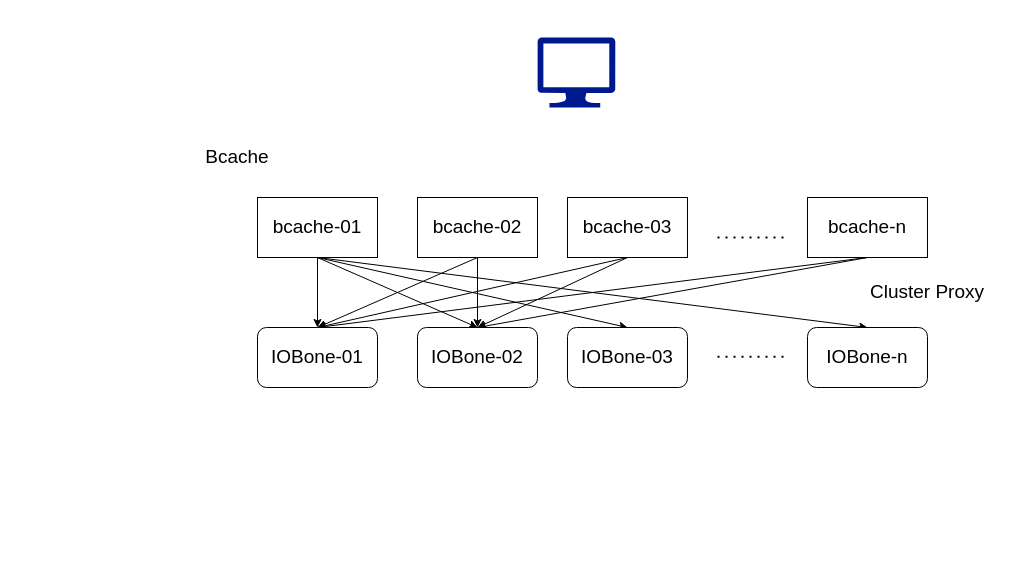
This is learning/c++/Untitled Diagram.drawio from 448744340/learning, a draw.io file, before an edit. Source tidied: cells renumbered, new cells numbered last; positions are measured from the earlier drawing's top-left corner, leaving out a move shared by most shapes. Both pictures are drawn from the tidied source at 100%, with x=0, y=0 at pixel (177, 37).
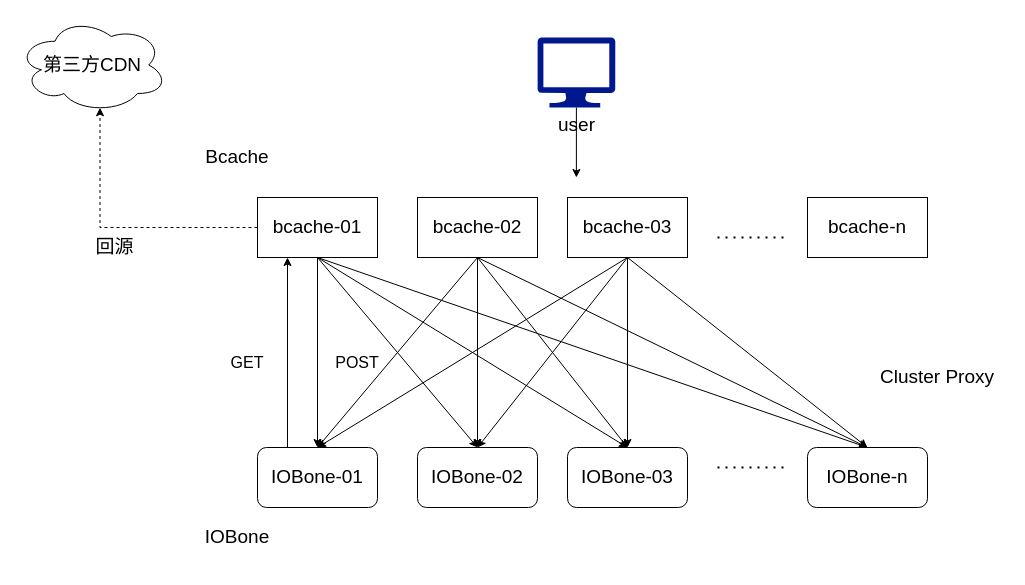
The same diagram, later.

The change refers to these unchanged cells:
```xml
<mxCell id="6" value="&lt;font style=&quot;font-size: 19px&quot;&gt;bcache-01&lt;/font&gt;" style="rounded=0;whiteSpace=wrap;html=1;" parent="1" vertex="1">
  <mxGeometry x="80" y="160" width="120" height="60" as="geometry" />
</mxCell>
<mxCell id="9" value="&lt;font style=&quot;font-size: 19px&quot;&gt;bcache-02&lt;/font&gt;" style="rounded=0;whiteSpace=wrap;html=1;" parent="1" vertex="1">
  <mxGeometry x="240" y="160" width="120" height="60" as="geometry" />
</mxCell>
<mxCell id="12" value="&lt;font style=&quot;font-size: 19px&quot;&gt;bcache-03&lt;/font&gt;" style="rounded=0;whiteSpace=wrap;html=1;" parent="1" vertex="1">
  <mxGeometry x="390" y="160" width="120" height="60" as="geometry" />
</mxCell>
<mxCell id="15" value="&lt;font style=&quot;font-size: 19px&quot;&gt;bcache-n&lt;/font&gt;" style="rounded=0;whiteSpace=wrap;html=1;" parent="1" vertex="1">
  <mxGeometry x="630" y="160" width="120" height="60" as="geometry" />
</mxCell>
```

Change to the diagram source:
```diff
@@
-    <mxCell id="2" style="rounded=0;jettySize=auto;html=1;exitX=0.5;exitY=1;exitDx=0;exitDy=0;entryX=0.5;entryY=0;entryDx=0;entryDy=0;" parent="1" edge="1" source="6">
-      <mxGeometry relative="1" as="geometry">
-        <mxPoint x="300" y="290" as="targetPoint" />
-      </mxGeometry>
-    </mxCell>
-    <mxCell id="3" style="edgeStyle=none;rounded=0;jettySize=auto;html=1;exitX=0.5;exitY=1;exitDx=0;exitDy=0;entryX=0.5;entryY=0;entryDx=0;entryDy=0;" parent="1" edge="1" source="6">
-      <mxGeometry relative="1" as="geometry">
-        <mxPoint x="140" y="290" as="targetPoint" />
-      </mxGeometry>
-    </mxCell>
-    <mxCell id="4" style="edgeStyle=none;rounded=0;jettySize=auto;html=1;exitX=0.5;exitY=1;exitDx=0;exitDy=0;entryX=0.5;entryY=0;entryDx=0;entryDy=0;" parent="1" edge="1" source="6">
-      <mxGeometry relative="1" as="geometry">
-        <mxPoint x="450" y="290" as="targetPoint" />
-      </mxGeometry>
-    </mxCell>
-    <mxCell id="5" style="edgeStyle=none;rounded=0;jettySize=auto;html=1;exitX=0.5;exitY=1;exitDx=0;exitDy=0;entryX=0.5;entryY=0;entryDx=0;entryDy=0;" parent="1" edge="1" source="6">
-      <mxGeometry relative="1" as="geometry">
-        <mxPoint x="690" y="290" as="targetPoint" />
-      </mxGeometry>
-    </mxCell>
+    <mxCell id="29" style="edgeStyle=none;rounded=0;jettySize=auto;html=1;exitX=0.5;exitY=1;exitDx=0;exitDy=0;entryX=0.5;entryY=0;entryDx=0;entryDy=0;" parent="1" edge="1" source="6" target="24">
+      <mxGeometry relative="1" as="geometry" />
+    </mxCell>
+    <mxCell id="30" style="edgeStyle=none;rounded=0;jettySize=auto;html=1;exitX=0.5;exitY=1;exitDx=0;exitDy=0;entryX=0.5;entryY=0;entryDx=0;entryDy=0;" parent="1" edge="1" source="6" target="25">
+      <mxGeometry relative="1" as="geometry" />
+    </mxCell>
+    <mxCell id="31" style="edgeStyle=none;rounded=0;jettySize=auto;html=1;exitX=0.5;exitY=1;exitDx=0;exitDy=0;entryX=0.5;entryY=0;entryDx=0;entryDy=0;" parent="1" edge="1" source="6" target="26">
+      <mxGeometry relative="1" as="geometry" />
+    </mxCell>
+    <mxCell id="32" style="edgeStyle=none;rounded=0;jettySize=auto;html=1;exitX=0.5;exitY=1;exitDx=0;exitDy=0;entryX=0.5;entryY=0;entryDx=0;entryDy=0;" parent="1" edge="1" source="6" target="27">
+      <mxGeometry relative="1" as="geometry" />
+    </mxCell>
+    <mxCell id="33" style="edgeStyle=orthogonalEdgeStyle;rounded=0;jettySize=auto;html=1;exitX=0;exitY=0.5;exitDx=0;exitDy=0;entryX=0.55;entryY=0.95;entryDx=0;entryDy=0;entryPerimeter=0;dashed=1;" parent="1" edge="1" source="6" target="47">
+      <mxGeometry relative="1" as="geometry" />
+    </mxCell>
@@
-    <mxCell id="7" style="edgeStyle=none;rounded=0;jettySize=auto;html=1;exitX=0.5;exitY=1;exitDx=0;exitDy=0;entryX=0.5;entryY=0;entryDx=0;entryDy=0;" parent="1" edge="1" source="9">
-      <mxGeometry relative="1" as="geometry">
-        <mxPoint x="300" y="290" as="targetPoint" />
-      </mxGeometry>
-    </mxCell>
-    <mxCell id="8" style="edgeStyle=none;rounded=0;jettySize=auto;html=1;exitX=0.5;exitY=1;exitDx=0;exitDy=0;" parent="1" edge="1" source="9">
-      <mxGeometry relative="1" as="geometry">
-        <mxPoint x="140" y="290" as="targetPoint" />
-      </mxGeometry>
-    </mxCell>
+    <mxCell id="34" style="edgeStyle=none;rounded=0;jettySize=auto;html=1;exitX=0.5;exitY=1;exitDx=0;exitDy=0;entryX=0.5;entryY=0;entryDx=0;entryDy=0;" parent="1" edge="1" source="9" target="24">
+      <mxGeometry relative="1" as="geometry" />
+    </mxCell>
+    <mxCell id="35" style="edgeStyle=none;rounded=0;jettySize=auto;html=1;exitX=0.5;exitY=1;exitDx=0;exitDy=0;entryX=0.5;entryY=0;entryDx=0;entryDy=0;" parent="1" edge="1" source="9" target="25">
+      <mxGeometry relative="1" as="geometry" />
+    </mxCell>
+    <mxCell id="36" style="edgeStyle=none;rounded=0;jettySize=auto;html=1;exitX=0.5;exitY=1;exitDx=0;exitDy=0;entryX=0.5;entryY=0;entryDx=0;entryDy=0;" parent="1" edge="1" source="9" target="26">
+      <mxGeometry relative="1" as="geometry" />
+    </mxCell>
+    <mxCell id="37" style="edgeStyle=none;rounded=0;jettySize=auto;html=1;exitX=0.5;exitY=1;exitDx=0;exitDy=0;entryX=0.5;entryY=0;entryDx=0;entryDy=0;" parent="1" edge="1" source="9" target="27">
+      <mxGeometry relative="1" as="geometry" />
+    </mxCell>
@@
-    <mxCell id="10" style="edgeStyle=none;rounded=0;jettySize=auto;html=1;exitX=0.5;exitY=1;exitDx=0;exitDy=0;entryX=0.5;entryY=0;entryDx=0;entryDy=0;" parent="1" edge="1" source="12">
-      <mxGeometry relative="1" as="geometry">
-        <mxPoint x="300" y="290" as="targetPoint" />
-      </mxGeometry>
-    </mxCell>
-    <mxCell id="11" style="edgeStyle=none;rounded=0;jettySize=auto;html=1;exitX=0.5;exitY=1;exitDx=0;exitDy=0;entryX=0.5;entryY=0;entryDx=0;entryDy=0;" parent="1" edge="1" source="12">
-      <mxGeometry relative="1" as="geometry">
-        <mxPoint x="140" y="290" as="targetPoint" />
-      </mxGeometry>
-    </mxCell>
+    <mxCell id="38" style="edgeStyle=none;rounded=0;jettySize=auto;html=1;exitX=0.5;exitY=1;exitDx=0;exitDy=0;entryX=0.5;entryY=0;entryDx=0;entryDy=0;" parent="1" edge="1" source="12" target="24">
+      <mxGeometry relative="1" as="geometry" />
+    </mxCell>
+    <mxCell id="39" style="edgeStyle=none;rounded=0;jettySize=auto;html=1;exitX=0.5;exitY=1;exitDx=0;exitDy=0;entryX=0.5;entryY=0;entryDx=0;entryDy=0;" parent="1" edge="1" source="12" target="25">
+      <mxGeometry relative="1" as="geometry" />
+    </mxCell>
+    <mxCell id="40" style="edgeStyle=none;rounded=0;jettySize=auto;html=1;exitX=0.5;exitY=1;exitDx=0;exitDy=0;entryX=0.5;entryY=0;entryDx=0;entryDy=0;" parent="1" edge="1" source="12" target="26">
+      <mxGeometry relative="1" as="geometry" />
+    </mxCell>
+    <mxCell id="41" style="edgeStyle=none;rounded=0;jettySize=auto;html=1;exitX=0.5;exitY=1;exitDx=0;exitDy=0;entryX=0.5;entryY=0;entryDx=0;entryDy=0;" parent="1" edge="1" source="12" target="27">
+      <mxGeometry relative="1" as="geometry" />
+    </mxCell>
@@
-    <mxCell id="13" style="edgeStyle=none;rounded=0;jettySize=auto;html=1;exitX=0.5;exitY=1;exitDx=0;exitDy=0;entryX=0.5;entryY=0;entryDx=0;entryDy=0;" parent="1" edge="1" source="15">
-      <mxGeometry relative="1" as="geometry">
-        <mxPoint x="300" y="290" as="targetPoint" />
-      </mxGeometry>
-    </mxCell>
-    <mxCell id="14" style="edgeStyle=none;rounded=0;jettySize=auto;html=1;exitX=0.5;exitY=1;exitDx=0;exitDy=0;entryX=0.5;entryY=0;entryDx=0;entryDy=0;" parent="1" edge="1" source="15">
-      <mxGeometry relative="1" as="geometry">
-        <mxPoint x="140" y="290" as="targetPoint" />
-      </mxGeometry>
-    </mxCell>
@@
-    <mxCell id="18" style="edgeStyle=none;rounded=0;jettySize=auto;html=1;exitX=0.5;exitY=1;exitDx=0;exitDy=0;entryX=0.5;entryY=0;entryDx=0;entryDy=0;" parent="1" edge="1" target="24">
-      <mxGeometry relative="1" as="geometry">
-        <mxPoint x="140" y="350" as="sourcePoint" />
-      </mxGeometry>
-    </mxCell>
-    <mxCell id="19" style="edgeStyle=none;rounded=0;jettySize=auto;html=1;exitX=0.5;exitY=1;exitDx=0;exitDy=0;entryX=0.5;entryY=0;entryDx=0;entryDy=0;" parent="1" edge="1" target="25">
-      <mxGeometry relative="1" as="geometry">
-        <mxPoint x="300" y="350" as="sourcePoint" />
-      </mxGeometry>
-    </mxCell>
-    <mxCell id="20" style="edgeStyle=none;rounded=0;jettySize=auto;html=1;exitX=0.5;exitY=1;exitDx=0;exitDy=0;entryX=0.5;entryY=0;entryDx=0;entryDy=0;" parent="1" edge="1" target="26">
-      <mxGeometry relative="1" as="geometry">
-        <mxPoint x="450" y="350" as="sourcePoint" />
-      </mxGeometry>
-    </mxCell>
-    <mxCell id="21" style="edgeStyle=none;rounded=0;jettySize=auto;html=1;exitX=0.5;exitY=1;exitDx=0;exitDy=0;entryX=0.5;entryY=0;entryDx=0;entryDy=0;" parent="1" edge="1" target="27">
-      <mxGeometry relative="1" as="geometry">
-        <mxPoint x="690" y="350" as="sourcePoint" />
-      </mxGeometry>
-    </mxCell>
     <mxCell id="22" style="endArrow=none;dashed=1;html=1;dashPattern=1 3;strokeWidth=2;" parent="1" edge="1">
       <mxGeometry relative="1" as="geometry">
-        <mxPoint x="540" y="319.3" as="sourcePoint" />
-        <mxPoint x="610" y="319.3" as="targetPoint" />
+        <mxPoint x="540" y="430" as="sourcePoint" />
+        <mxPoint x="610" y="430" as="targetPoint" />
       </mxGeometry>
     </mxCell>
     <mxCell id="23" value="&lt;font style=&quot;font-size: 19px&quot;&gt;Cluster Proxy&lt;/font&gt;" style="text;html=1;strokeColor=none;fillColor=none;align=center;verticalAlign=middle;whiteSpace=wrap;rounded=0;" parent="1" vertex="1">
-      <mxGeometry x="680" y="240" width="140" height="30" as="geometry" />
+      <mxGeometry x="690" y="325" width="140" height="30" as="geometry" />
     </mxCell>
+    <mxCell id="42" style="edgeStyle=none;rounded=0;jettySize=auto;html=1;exitX=0.25;exitY=0;exitDx=0;exitDy=0;entryX=0.25;entryY=1;entryDx=0;entryDy=0;" parent="1" edge="1" source="24" target="6">
+      <mxGeometry relative="1" as="geometry" />
+    </mxCell>
     <mxCell id="24" value="&lt;font style=&quot;font-size: 19px&quot;&gt;IOBone-01&lt;/font&gt;" style="rounded=1;whiteSpace=wrap;html=1;" parent="1" vertex="1">
-      <mxGeometry x="80" y="290" width="120" height="60" as="geometry" />
+      <mxGeometry x="80" y="410" width="120" height="60" as="geometry" />
     </mxCell>
     <mxCell id="25" value="&lt;font style=&quot;font-size: 19px&quot;&gt;IOBone-02&lt;/font&gt;" style="rounded=1;whiteSpace=wrap;html=1;" parent="1" vertex="1">
-      <mxGeometry x="240" y="290" width="120" height="60" as="geometry" />
+      <mxGeometry x="240" y="410" width="120" height="60" as="geometry" />
     </mxCell>
     <mxCell id="26" value="&lt;font style=&quot;font-size: 19px&quot;&gt;IOBone-03&lt;/font&gt;" style="rounded=1;whiteSpace=wrap;html=1;" parent="1" vertex="1">
-      <mxGeometry x="390" y="290" width="120" height="60" as="geometry" />
+      <mxGeometry x="390" y="410" width="120" height="60" as="geometry" />
     </mxCell>
     <mxCell id="27" value="&lt;font style=&quot;font-size: 19px&quot;&gt;IOBone-n&lt;/font&gt;" style="rounded=1;whiteSpace=wrap;html=1;" parent="1" vertex="1">
-      <mxGeometry x="630" y="290" width="120" height="60" as="geometry" />
+      <mxGeometry x="630" y="410" width="120" height="60" as="geometry" />
     </mxCell>
+    <mxCell id="43" style="edgeStyle=none;rounded=0;jettySize=auto;html=1;" parent="1" edge="1" source="28">
+      <mxGeometry relative="1" as="geometry">
+        <mxPoint x="398.9" y="140" as="targetPoint" />
+      </mxGeometry>
+    </mxCell>
-    <mxCell id="28" style="shadow=0;dashed=0;html=1;strokeColor=none;labelPosition=center;verticalLabelPosition=bottom;verticalAlign=top;align=center;fillColor=#00188D;shape=mxgraph.azure.computer;" parent="1" vertex="1">
+    <mxCell id="28" value="&lt;font style=&quot;font-size: 19px&quot;&gt;user&lt;/font&gt;" style="shadow=0;dashed=0;html=1;strokeColor=none;labelPosition=center;verticalLabelPosition=bottom;verticalAlign=top;align=center;fillColor=#00188D;shape=mxgraph.azure.computer;" parent="1" vertex="1">
       <mxGeometry x="360" width="77.8" height="70" as="geometry" />
     </mxCell>
+    <mxCell id="44" value="&lt;font style=&quot;font-size: 19px&quot;&gt;IOBone&lt;/font&gt;" style="text;html=1;strokeColor=none;fillColor=none;align=center;verticalAlign=middle;whiteSpace=wrap;rounded=0;" parent="1" vertex="1">
+      <mxGeometry y="470" width="120" height="60" as="geometry" />
+    </mxCell>
+    <mxCell id="45" value="&lt;font style=&quot;font-size: 16px&quot;&gt;GET&lt;/font&gt;" style="text;html=1;strokeColor=none;fillColor=none;align=center;verticalAlign=middle;whiteSpace=wrap;rounded=0;" parent="1" vertex="1">
+      <mxGeometry x="50" y="315" width="40" height="20" as="geometry" />
+    </mxCell>
+    <mxCell id="46" value="&lt;font style=&quot;font-size: 16px&quot;&gt;POST&lt;/font&gt;" style="text;html=1;strokeColor=none;fillColor=none;align=center;verticalAlign=middle;whiteSpace=wrap;rounded=0;" parent="1" vertex="1">
+      <mxGeometry x="160" y="315" width="40" height="20" as="geometry" />
+    </mxCell>
+    <mxCell id="47" value="&lt;font style=&quot;font-size: 19px&quot;&gt;第三方CDN&lt;/font&gt;" style="ellipse;shape=cloud;whiteSpace=wrap;html=1;" parent="1" vertex="1">
+      <mxGeometry x="-160" y="-20" width="150" height="95" as="geometry" />
+    </mxCell>
+    <mxCell id="48" value="&lt;font style=&quot;font-size: 19px&quot;&gt;回源&lt;/font&gt;" style="text;html=1;strokeColor=none;fillColor=none;align=center;verticalAlign=middle;whiteSpace=wrap;rounded=0;" parent="1" vertex="1">
+      <mxGeometry x="-105" y="200" width="85" height="20" as="geometry" />
+    </mxCell>
```
